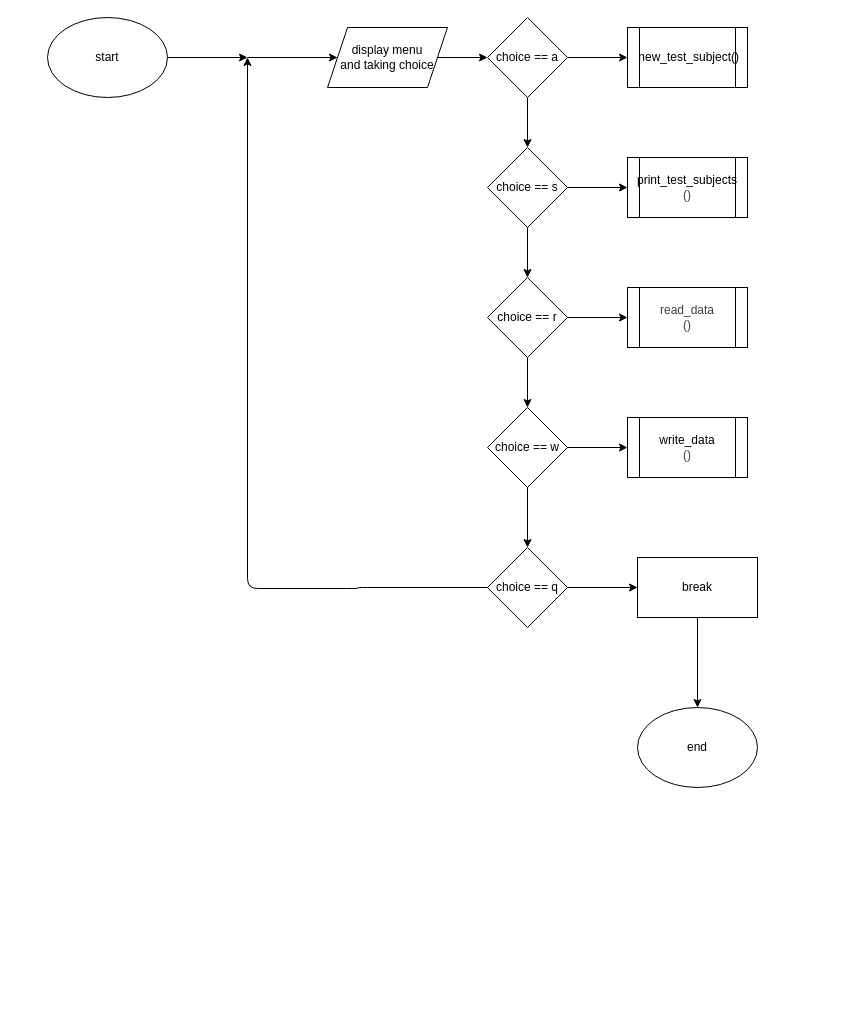
The draw.io diagram page "Page-1" (1 of 2) of part 2/main.dio in 0xSparky/ENTRY_TICKET, before the edit. Source tidied: cells renumbered, new cells numbered last; positions are measured from the earlier drawing's top-left corner, leaving out a move shared by most shapes. Both pictures are drawn from the tidied source at 100%, with x=0, y=0 at pixel (47, 17).
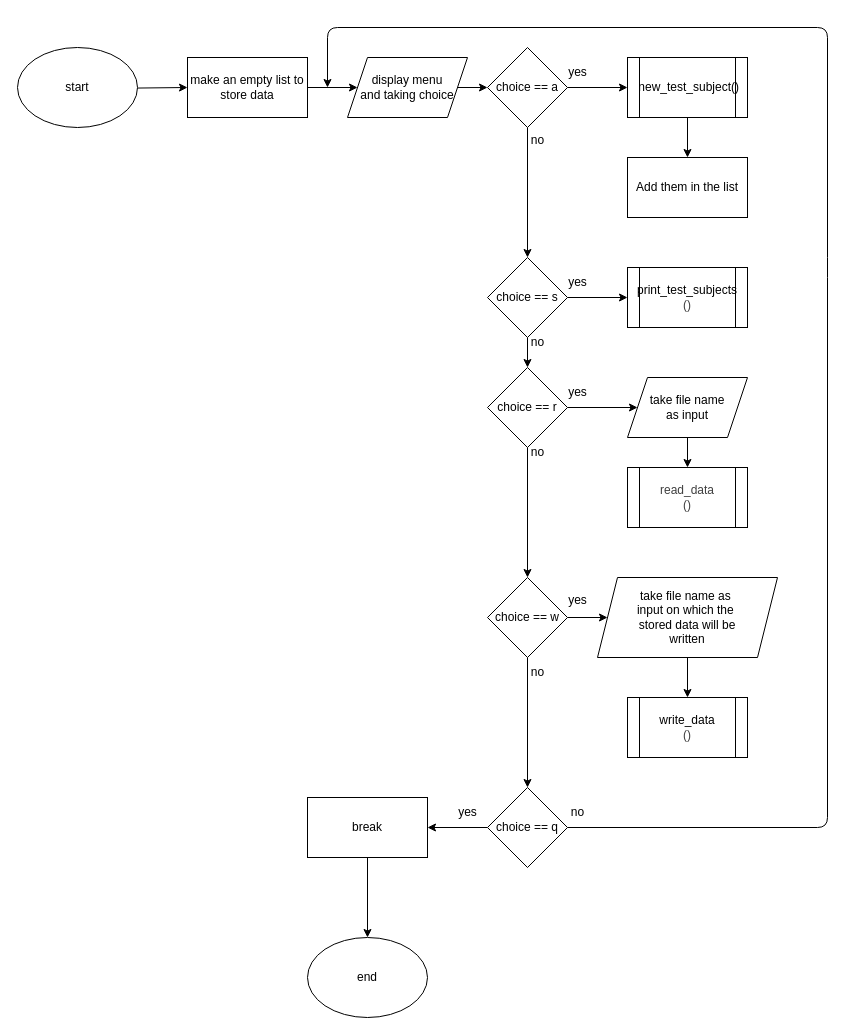
Above is the later version.

Change to the diagram source:
```diff
@@
-    <mxCell id="2" style="edgeStyle=none;html=1;" parent="1" edge="1" source="3">
-      <mxGeometry relative="1" as="geometry">
-        <mxPoint x="200" y="40" as="targetPoint" />
-      </mxGeometry>
+    <mxCell id="2" style="edgeStyle=none;html=1;entryX=0;entryY=0.5;entryDx=0;entryDy=0;" parent="1" edge="1" source="3" target="34">
+      <mxGeometry relative="1" as="geometry" />
     </mxCell>
     <mxCell id="3" value="start" style="ellipse;whiteSpace=wrap;html=1;" parent="1" vertex="1">
-      <mxGeometry width="120" height="80" as="geometry" />
+      <mxGeometry x="-30" y="30" width="120" height="80" as="geometry" />
     </mxCell>
-    <mxCell id="4" style="edgeStyle=none;html=1;" parent="1" edge="1" target="6">
-      <mxGeometry relative="1" as="geometry">
-        <mxPoint x="200" y="40" as="sourcePoint" />
-      </mxGeometry>
+    <mxCell id="4" style="edgeStyle=none;html=1;exitX=1;exitY=0.5;exitDx=0;exitDy=0;" parent="1" edge="1" source="34" target="6">
+      <mxGeometry relative="1" as="geometry" />
     </mxCell>
@@
     <mxCell id="6" value="display menu&lt;div&gt;and taking choice&lt;/div&gt;" style="shape=parallelogram;perimeter=parallelogramPerimeter;whiteSpace=wrap;html=1;fixedSize=1;" parent="1" vertex="1">
-      <mxGeometry x="280" y="10" width="120" height="60" as="geometry" />
+      <mxGeometry x="300" y="40" width="120" height="60" as="geometry" />
     </mxCell>
@@
     <mxCell id="9" value="choice == a" style="rhombus;whiteSpace=wrap;html=1;" parent="1" vertex="1">
-      <mxGeometry x="440" width="80" height="80" as="geometry" />
+      <mxGeometry x="440" y="30" width="80" height="80" as="geometry" />
     </mxCell>
@@
     <mxCell id="12" value="choice == s" style="rhombus;whiteSpace=wrap;html=1;" parent="1" vertex="1">
-      <mxGeometry x="440" y="130" width="80" height="80" as="geometry" />
+      <mxGeometry x="440" y="240" width="80" height="80" as="geometry" />
     </mxCell>
-    <mxCell id="13" style="edgeStyle=none;html=1;" parent="1" edge="1" source="15" target="26">
-      <mxGeometry relative="1" as="geometry">
-        <Array as="points">
-          <mxPoint x="580" y="300" />
-        </Array>
-      </mxGeometry>
-    </mxCell>
@@
+    <mxCell id="29" style="edgeStyle=none;html=1;entryX=0;entryY=0.5;entryDx=0;entryDy=0;" parent="1" edge="1" source="15" target="36">
+      <mxGeometry relative="1" as="geometry" />
+    </mxCell>
     <mxCell id="15" value="choice == r" style="rhombus;whiteSpace=wrap;html=1;" parent="1" vertex="1">
-      <mxGeometry x="440" y="260" width="80" height="80" as="geometry" />
+      <mxGeometry x="440" y="350" width="80" height="80" as="geometry" />
     </mxCell>
-    <mxCell id="16" style="edgeStyle=none;html=1;entryX=0;entryY=0.5;entryDx=0;entryDy=0;" parent="1" edge="1" source="18" target="27">
-      <mxGeometry relative="1" as="geometry" />
-    </mxCell>
@@
+    <mxCell id="30" style="edgeStyle=none;html=1;" parent="1" edge="1" source="18" target="38">
+      <mxGeometry relative="1" as="geometry" />
+    </mxCell>
     <mxCell id="18" value="choice == w" style="rhombus;whiteSpace=wrap;html=1;" parent="1" vertex="1">
-      <mxGeometry x="440" y="390" width="80" height="80" as="geometry" />
+      <mxGeometry x="440" y="560" width="80" height="80" as="geometry" />
     </mxCell>
@@
-    <mxCell id="20" style="edgeStyle=orthogonalEdgeStyle;html=1;exitX=0;exitY=0.5;exitDx=0;exitDy=0;" parent="1" edge="1" source="21">
-      <mxGeometry relative="1" as="geometry">
-        <mxPoint x="200" y="40" as="targetPoint" />
-        <Array as="points">
-          <mxPoint x="310" y="570" />
-          <mxPoint x="200" y="571" />
-        </Array>
-      </mxGeometry>
-    </mxCell>
+    <mxCell id="31" style="edgeStyle=none;html=1;" parent="1" edge="1" source="21">
+      <mxGeometry relative="1" as="geometry">
+        <mxPoint x="280" y="70" as="targetPoint" />
+        <Array as="points">
+          <mxPoint x="780" y="810" />
+          <mxPoint x="780" y="250" />
+          <mxPoint x="780" y="10" />
+          <mxPoint x="280" y="10" />
+        </Array>
+      </mxGeometry>
+    </mxCell>
     <mxCell id="21" value="choice == q" style="rhombus;whiteSpace=wrap;html=1;" parent="1" vertex="1">
-      <mxGeometry x="440" y="530" width="80" height="80" as="geometry" />
+      <mxGeometry x="440" y="770" width="80" height="80" as="geometry" />
     </mxCell>
@@
     <mxCell id="23" value="break" style="rounded=0;whiteSpace=wrap;html=1;" parent="1" vertex="1">
-      <mxGeometry x="590" y="540" width="120" height="60" as="geometry" />
+      <mxGeometry x="260" y="780" width="120" height="60" as="geometry" />
     </mxCell>
     <mxCell id="24" value="end" style="ellipse;whiteSpace=wrap;html=1;" parent="1" vertex="1">
-      <mxGeometry x="590" y="690" width="120" height="80" as="geometry" />
+      <mxGeometry x="260" y="920" width="120" height="80" as="geometry" />
     </mxCell>
     <mxCell id="25" value="&lt;span style=&quot;color: rgb(0, 0, 0);&quot;&gt;print_test_subjects&lt;/span&gt;&lt;div style=&quot;color: rgb(63, 63, 63); scrollbar-color: rgb(226, 226, 226) rgb(251, 251, 251);&quot;&gt;(&lt;span style=&quot;scrollbar-color: rgb(226, 226, 226) rgb(251, 251, 251); background-color: transparent; color: rgb(63, 63, 63);&quot;&gt;)&lt;/span&gt;&lt;/div&gt;" style="shape=process;whiteSpace=wrap;html=1;backgroundOutline=1;" parent="1" vertex="1">
-      <mxGeometry x="580" y="140" width="120" height="60" as="geometry" />
+      <mxGeometry x="580" y="250" width="120" height="60" as="geometry" />
     </mxCell>
     <mxCell id="26" value="&lt;font style=&quot;color: rgb(63, 63, 63); scrollbar-color: rgb(226, 226, 226) rgb(251, 251, 251);&quot;&gt;read_data&lt;/font&gt;&lt;div style=&quot;color: rgb(63, 63, 63); scrollbar-color: rgb(226, 226, 226) rgb(251, 251, 251);&quot;&gt;&lt;font style=&quot;color: rgb(63, 63, 63); scrollbar-color: rgb(226, 226, 226) rgb(251, 251, 251);&quot;&gt;()&lt;/font&gt;&lt;/div&gt;" style="shape=process;whiteSpace=wrap;html=1;backgroundOutline=1;" parent="1" vertex="1">
-      <mxGeometry x="580" y="270" width="120" height="60" as="geometry" />
+      <mxGeometry x="580" y="450" width="120" height="60" as="geometry" />
     </mxCell>
     <mxCell id="27" value="&lt;span style=&quot;color: rgb(0, 0, 0);&quot;&gt;write_data&lt;/span&gt;&lt;div style=&quot;color: rgb(63, 63, 63); scrollbar-color: rgb(226, 226, 226) rgb(251, 251, 251);&quot;&gt;(&lt;span style=&quot;scrollbar-color: rgb(226, 226, 226) rgb(251, 251, 251); background-color: transparent; color: rgb(63, 63, 63);&quot;&gt;)&lt;/span&gt;&lt;/div&gt;" style="shape=process;whiteSpace=wrap;html=1;backgroundOutline=1;" parent="1" vertex="1">
-      <mxGeometry x="580" y="400" width="120" height="60" as="geometry" />
+      <mxGeometry x="580" y="680" width="120" height="60" as="geometry" />
     </mxCell>
+    <mxCell id="32" style="edgeStyle=none;html=1;entryX=0.5;entryY=0;entryDx=0;entryDy=0;" parent="1" edge="1" source="28" target="33">
+      <mxGeometry relative="1" as="geometry" />
+    </mxCell>
     <mxCell id="28" value="&lt;span style=&quot;color: rgb(0, 0, 0);&quot;&gt;&amp;nbsp;new_test_subject()&lt;/span&gt;" style="shape=process;whiteSpace=wrap;html=1;backgroundOutline=1;" parent="1" vertex="1">
-      <mxGeometry x="580" y="10" width="120" height="60" as="geometry" />
+      <mxGeometry x="580" y="40" width="120" height="60" as="geometry" />
     </mxCell>
+    <mxCell id="33" value="Add them in the list" style="rounded=0;whiteSpace=wrap;html=1;" parent="1" vertex="1">
+      <mxGeometry x="580" y="140" width="120" height="60" as="geometry" />
+    </mxCell>
+    <mxCell id="34" value="make an empty list to store data" style="rounded=0;whiteSpace=wrap;html=1;" parent="1" vertex="1">
+      <mxGeometry x="140" y="40" width="120" height="60" as="geometry" />
+    </mxCell>
+    <mxCell id="35" style="edgeStyle=none;html=1;entryX=0.5;entryY=0;entryDx=0;entryDy=0;" parent="1" edge="1" source="36" target="26">
+      <mxGeometry relative="1" as="geometry" />
+    </mxCell>
+    <mxCell id="36" value="take file name&lt;div&gt;as input&lt;/div&gt;" style="shape=parallelogram;perimeter=parallelogramPerimeter;whiteSpace=wrap;html=1;fixedSize=1;" parent="1" vertex="1">
+      <mxGeometry x="580" y="360" width="120" height="60" as="geometry" />
+    </mxCell>
+    <mxCell id="37" style="edgeStyle=none;html=1;entryX=0.5;entryY=0;entryDx=0;entryDy=0;" parent="1" edge="1" source="38" target="27">
+      <mxGeometry relative="1" as="geometry" />
+    </mxCell>
+    <mxCell id="38" value="take file name as&amp;nbsp;&lt;div&gt;input on which the&amp;nbsp;&lt;/div&gt;&lt;div&gt;stored data will be&lt;/div&gt;&lt;div&gt;written&lt;/div&gt;" style="shape=parallelogram;perimeter=parallelogramPerimeter;whiteSpace=wrap;html=1;fixedSize=1;" parent="1" vertex="1">
+      <mxGeometry x="550" y="560" width="180" height="80" as="geometry" />
+    </mxCell>
+    <mxCell id="39" value="yes" style="text;html=1;align=center;verticalAlign=middle;strokeColor=none;fillColor=none;" parent="1" vertex="1">
+      <mxGeometry x="400" y="780" width="40" height="30" as="geometry" />
+    </mxCell>
+    <mxCell id="40" value="no" style="text;html=1;align=center;verticalAlign=middle;strokeColor=none;fillColor=none;" parent="1" vertex="1">
+      <mxGeometry x="510" y="780" width="40" height="30" as="geometry" />
+    </mxCell>
+    <mxCell id="41" value="yes" style="text;html=1;align=center;verticalAlign=middle;strokeColor=none;fillColor=none;" parent="1" vertex="1">
+      <mxGeometry x="510" y="40" width="40" height="30" as="geometry" />
+    </mxCell>
+    <mxCell id="42" value="no" style="text;html=1;align=center;verticalAlign=middle;strokeColor=none;fillColor=none;" parent="1" vertex="1">
+      <mxGeometry x="470" y="108" width="40" height="30" as="geometry" />
+    </mxCell>
+    <mxCell id="43" value="yes" style="text;html=1;align=center;verticalAlign=middle;strokeColor=none;fillColor=none;" parent="1" vertex="1">
+      <mxGeometry x="510" y="250" width="40" height="30" as="geometry" />
+    </mxCell>
+    <mxCell id="44" value="no" style="text;html=1;align=center;verticalAlign=middle;strokeColor=none;fillColor=none;" parent="1" vertex="1">
+      <mxGeometry x="470" y="310" width="40" height="30" as="geometry" />
+    </mxCell>
+    <mxCell id="45" value="yes" style="text;html=1;align=center;verticalAlign=middle;strokeColor=none;fillColor=none;" parent="1" vertex="1">
+      <mxGeometry x="510" y="360" width="40" height="30" as="geometry" />
+    </mxCell>
+    <mxCell id="46" value="no" style="text;html=1;align=center;verticalAlign=middle;strokeColor=none;fillColor=none;" parent="1" vertex="1">
+      <mxGeometry x="470" y="420" width="40" height="30" as="geometry" />
+    </mxCell>
+    <mxCell id="47" value="yes" style="text;html=1;align=center;verticalAlign=middle;strokeColor=none;fillColor=none;" parent="1" vertex="1">
+      <mxGeometry x="510" y="568" width="40" height="30" as="geometry" />
+    </mxCell>
+    <mxCell id="48" value="no" style="text;html=1;align=center;verticalAlign=middle;strokeColor=none;fillColor=none;" parent="1" vertex="1">
+      <mxGeometry x="470" y="640" width="40" height="30" as="geometry" />
+    </mxCell>
```
